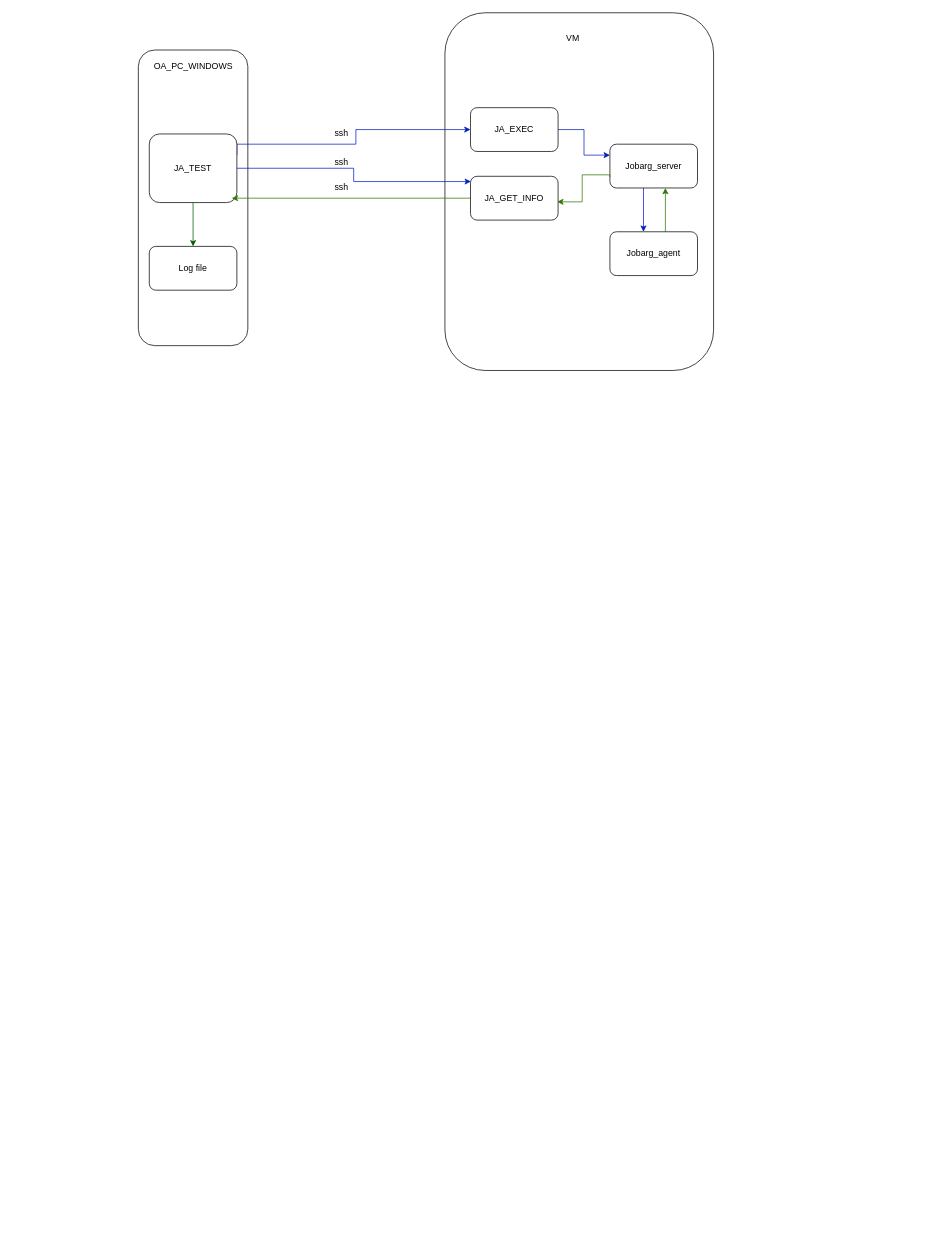
Above: doc/ja_test.drawio in zukigit/remote_run-go (draw.io), before the change. Source tidied: cells renumbered, new cells numbered last; positions are measured from the earlier drawing's top-left corner, leaving out a move shared by most shapes. Both pictures are drawn from the tidied source at 73%, with x=0, y=0 at pixel (138, 12).
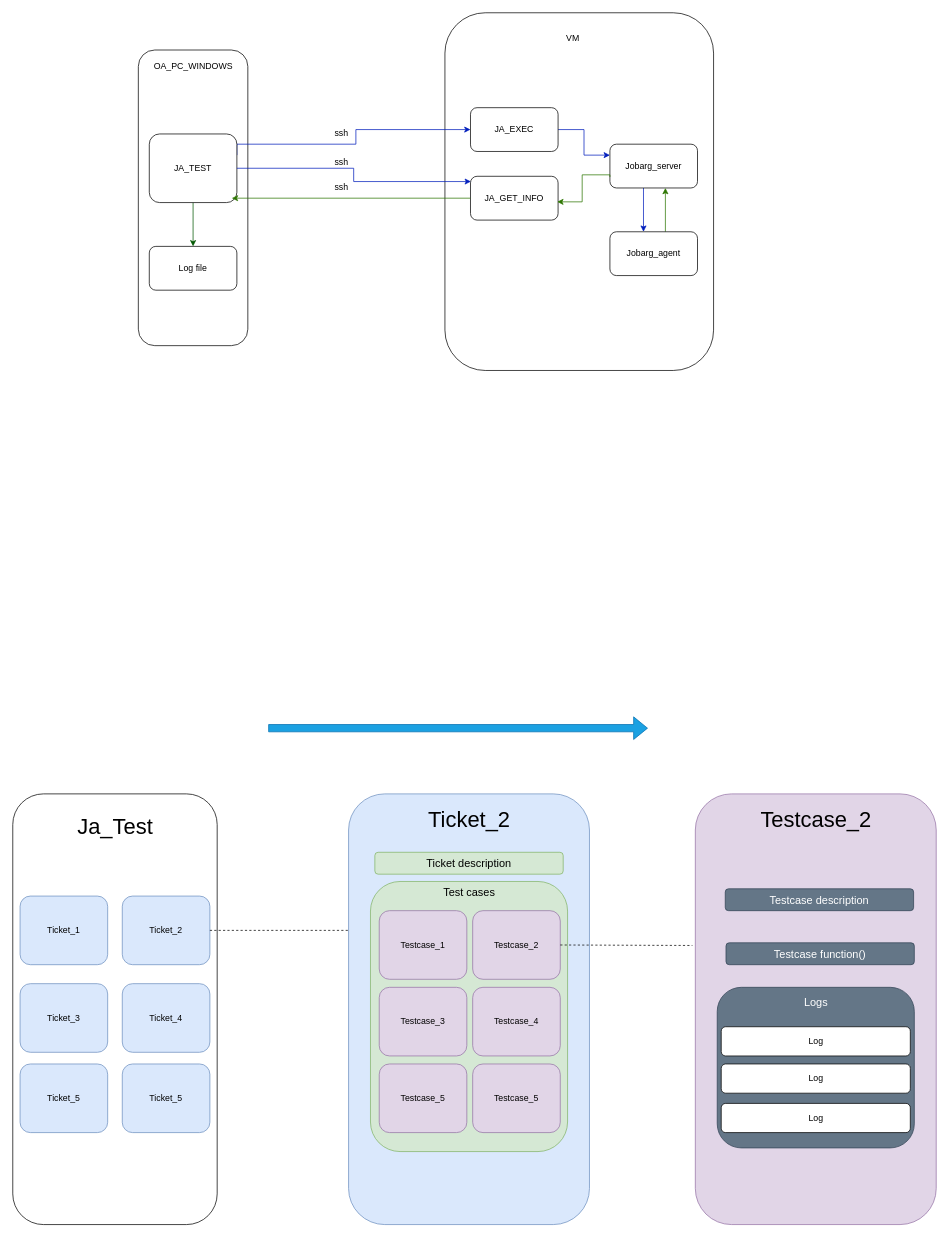
The same page after the edit.

Change to the diagram source:
```diff
@@
+    <mxCell id="24" value="&lt;div align=&quot;center&quot;&gt;&lt;br&gt;&lt;/div&gt;" style="rounded=1;whiteSpace=wrap;html=1;fillColor=#dae8fc;strokeColor=#6c8ebf;" parent="1" vertex="1">
+      <mxGeometry x="288" y="1070" width="330" height="590" as="geometry" />
+    </mxCell>
+    <mxCell id="25" style="rounded=1;whiteSpace=wrap;html=1;fillColor=#d5e8d4;strokeColor=#82b366;" parent="1" vertex="1">
+      <mxGeometry x="318" y="1190" width="270" height="370" as="geometry" />
+    </mxCell>
@@
+    <mxCell id="26" value="&lt;div align=&quot;center&quot;&gt;&lt;br&gt;&lt;/div&gt;" style="rounded=1;whiteSpace=wrap;html=1;" parent="1" vertex="1">
+      <mxGeometry x="-172" y="1070" width="280" height="590" as="geometry" />
+    </mxCell>
+    <mxCell id="27" value="&lt;font style=&quot;font-size: 30px;&quot;&gt;Ja_Test&lt;/font&gt;" style="text;html=1;align=center;verticalAlign=middle;strokeColor=none;fillColor=none;" parent="1" vertex="1">
+      <mxGeometry x="-97" y="1090" width="130" height="50" as="geometry" />
+    </mxCell>
+    <mxCell id="28" value="Ticket_1" style="rounded=1;whiteSpace=wrap;html=1;fillColor=#dae8fc;strokeColor=#6c8ebf;" parent="1" vertex="1">
+      <mxGeometry x="-162" y="1210" width="120" height="94" as="geometry" />
+    </mxCell>
+    <mxCell id="29" value="Ticket_2" style="rounded=1;whiteSpace=wrap;html=1;fillColor=#dae8fc;strokeColor=#6c8ebf;" parent="1" vertex="1">
+      <mxGeometry x="-22" y="1210" width="120" height="94" as="geometry" />
+    </mxCell>
+    <mxCell id="30" value="Ticket_4" style="rounded=1;whiteSpace=wrap;html=1;fillColor=#dae8fc;strokeColor=#6c8ebf;" parent="1" vertex="1">
+      <mxGeometry x="-22" y="1330" width="120" height="94" as="geometry" />
+    </mxCell>
+    <mxCell id="31" value="Ticket_5" style="rounded=1;whiteSpace=wrap;html=1;fillColor=#dae8fc;strokeColor=#6c8ebf;" parent="1" vertex="1">
+      <mxGeometry x="-162" y="1440" width="120" height="94" as="geometry" />
+    </mxCell>
+    <mxCell id="32" value="Ticket_5" style="rounded=1;whiteSpace=wrap;html=1;fillColor=#dae8fc;strokeColor=#6c8ebf;" parent="1" vertex="1">
+      <mxGeometry x="-22" y="1440" width="120" height="94" as="geometry" />
+    </mxCell>
+    <mxCell id="33" value="Ticket_3" style="rounded=1;whiteSpace=wrap;html=1;fillColor=#dae8fc;strokeColor=#6c8ebf;" parent="1" vertex="1">
+      <mxGeometry x="-162" y="1330" width="120" height="94" as="geometry" />
+    </mxCell>
+    <mxCell id="34" style="endArrow=none;html=1;rounded=0;exitX=1;exitY=0.5;exitDx=0;exitDy=0;dashed=1;" parent="1" edge="1" source="29">
+      <mxGeometry relative="1" as="geometry">
+        <mxPoint x="288" y="1257" as="targetPoint" />
+      </mxGeometry>
+    </mxCell>
+    <mxCell id="35" value="&lt;span style=&quot;font-size: 30px;&quot;&gt;Ticket_2&lt;/span&gt;" style="text;html=1;align=center;verticalAlign=middle;strokeColor=none;fillColor=none;" parent="1" vertex="1">
+      <mxGeometry x="383" y="1080" width="140" height="50" as="geometry" />
+    </mxCell>
+    <mxCell id="36" value="Testcase_1" style="rounded=1;whiteSpace=wrap;html=1;fillColor=#e1d5e7;strokeColor=#9673a6;" parent="1" vertex="1">
+      <mxGeometry x="330" y="1230" width="120" height="94" as="geometry" />
+    </mxCell>
+    <mxCell id="37" value="Testcase_2" style="rounded=1;whiteSpace=wrap;html=1;fillColor=#e1d5e7;strokeColor=#9673a6;" parent="1" vertex="1">
+      <mxGeometry x="458" y="1230" width="120" height="94" as="geometry" />
+    </mxCell>
+    <mxCell id="38" value="Testcase_4" style="rounded=1;whiteSpace=wrap;html=1;fillColor=#e1d5e7;strokeColor=#9673a6;" parent="1" vertex="1">
+      <mxGeometry x="458" y="1335" width="120" height="94" as="geometry" />
+    </mxCell>
+    <mxCell id="39" value="Testcase_5" style="rounded=1;whiteSpace=wrap;html=1;fillColor=#e1d5e7;strokeColor=#9673a6;" parent="1" vertex="1">
+      <mxGeometry x="330" y="1440" width="120" height="94" as="geometry" />
+    </mxCell>
+    <mxCell id="40" value="Testcase_5" style="rounded=1;whiteSpace=wrap;html=1;fillColor=#e1d5e7;strokeColor=#9673a6;" parent="1" vertex="1">
+      <mxGeometry x="458" y="1440" width="120" height="94" as="geometry" />
+    </mxCell>
+    <mxCell id="41" value="Testcase_3" style="rounded=1;whiteSpace=wrap;html=1;fillColor=#e1d5e7;strokeColor=#9673a6;" parent="1" vertex="1">
+      <mxGeometry x="330" y="1335" width="120" height="94" as="geometry" />
+    </mxCell>
+    <mxCell id="42" value="&lt;span style=&quot;font-size: 15px; text-wrap: nowrap;&quot;&gt;Ticket description&lt;/span&gt;" style="rounded=1;whiteSpace=wrap;html=1;fillColor=#d5e8d4;strokeColor=#82b366;" parent="1" vertex="1">
+      <mxGeometry x="324" y="1150" width="258" height="30" as="geometry" />
+    </mxCell>
+    <mxCell id="43" value="&lt;span style=&quot;font-size: 15px;&quot;&gt;Test cases&lt;/span&gt;" style="text;html=1;align=center;verticalAlign=middle;strokeColor=none;fillColor=none;" parent="1" vertex="1">
+      <mxGeometry x="408" y="1190" width="90" height="30" as="geometry" />
+    </mxCell>
+    <mxCell id="44" value="&lt;div align=&quot;center&quot;&gt;&lt;br&gt;&lt;/div&gt;" style="rounded=1;whiteSpace=wrap;html=1;fillColor=#e1d5e7;strokeColor=#9673a6;" parent="1" vertex="1">
+      <mxGeometry x="763" y="1070" width="330" height="590" as="geometry" />
+    </mxCell>
+    <mxCell id="45" style="rounded=1;whiteSpace=wrap;html=1;fillColor=#647687;strokeColor=#314354;fontColor=#ffffff;" parent="1" vertex="1">
+      <mxGeometry x="793" y="1335" width="270" height="220" as="geometry" />
+    </mxCell>
+    <mxCell id="46" value="&lt;span style=&quot;font-size: 30px;&quot;&gt;Testcase_2&lt;/span&gt;" style="text;html=1;align=center;verticalAlign=middle;strokeColor=none;fillColor=none;" parent="1" vertex="1">
+      <mxGeometry x="838" y="1080" width="180" height="50" as="geometry" />
+    </mxCell>
+    <mxCell id="47" value="Log" style="rounded=1;whiteSpace=wrap;html=1;" parent="1" vertex="1">
+      <mxGeometry x="798.5" y="1440" width="259" height="40" as="geometry" />
+    </mxCell>
+    <mxCell id="48" value="&lt;span style=&quot;font-size: 15px; text-wrap: nowrap;&quot;&gt;Testcase description&lt;/span&gt;" style="rounded=1;whiteSpace=wrap;html=1;fillColor=#647687;strokeColor=#314354;fontColor=#ffffff;" parent="1" vertex="1">
+      <mxGeometry x="804" y="1200" width="258" height="30" as="geometry" />
+    </mxCell>
+    <mxCell id="49" value="&lt;span style=&quot;font-size: 15px;&quot;&gt;&lt;font color=&quot;#ffffff&quot;&gt;Logs&lt;/font&gt;&lt;/span&gt;" style="text;html=1;align=center;verticalAlign=middle;" parent="1" vertex="1">
+      <mxGeometry x="898" y="1340" width="60" height="30" as="geometry" />
+    </mxCell>
+    <mxCell id="50" style="endArrow=none;html=1;rounded=0;exitX=1;exitY=0.5;exitDx=0;exitDy=0;dashed=1;entryX=-0.012;entryY=0.352;entryDx=0;entryDy=0;entryPerimeter=0;" parent="1" edge="1" source="37" target="44">
+      <mxGeometry relative="1" as="geometry" />
+    </mxCell>
+    <mxCell id="51" value="Log" style="rounded=1;whiteSpace=wrap;html=1;" parent="1" vertex="1">
+      <mxGeometry x="798.5" y="1389" width="259" height="40" as="geometry" />
+    </mxCell>
+    <mxCell id="52" value="Log" style="rounded=1;whiteSpace=wrap;html=1;" parent="1" vertex="1">
+      <mxGeometry x="798.5" y="1494" width="259" height="40" as="geometry" />
+    </mxCell>
+    <mxCell id="53" value="&lt;span style=&quot;font-size: 15px; text-wrap: nowrap;&quot;&gt;Testcase function()&lt;/span&gt;" style="rounded=1;whiteSpace=wrap;html=1;fillColor=#647687;strokeColor=#314354;fontColor=#ffffff;" parent="1" vertex="1">
+      <mxGeometry x="805" y="1274" width="258" height="30" as="geometry" />
+    </mxCell>
+    <mxCell id="54" style="shape=flexArrow;endArrow=classic;html=1;rounded=0;fillColor=#1ba1e2;strokeColor=#006EAF;" parent="1" edge="1">
+      <mxGeometry relative="1" as="geometry">
+        <mxPoint x="178" y="980" as="sourcePoint" />
+        <mxPoint x="698" y="980" as="targetPoint" />
+      </mxGeometry>
+    </mxCell>
```
